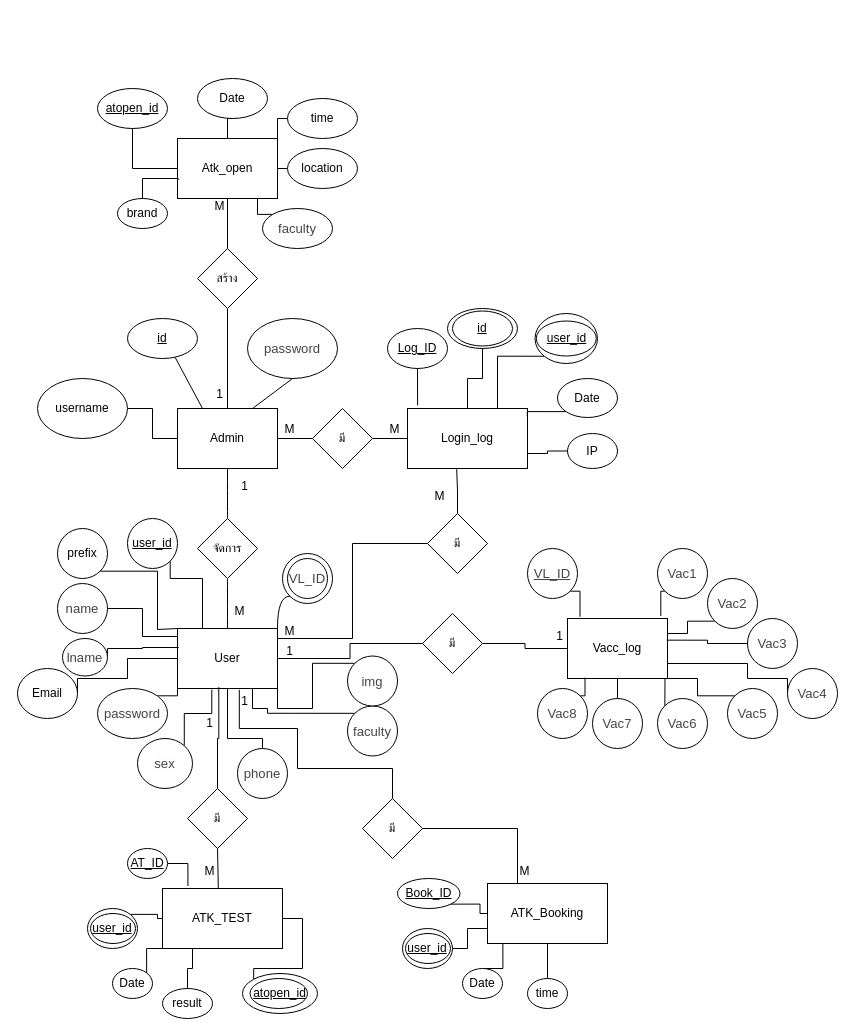
KornTK/FinalWebGIT keeps this draw.io diagram as ER.drawio. Above is the earlier version. Source tidied: cells renumbered, new cells numbered last; positions are measured from the earlier drawing's top-left corner, leaving out a move shared by most shapes. Both pictures are drawn from the tidied source at 100%, with x=0, y=0 at pixel (17, 78).
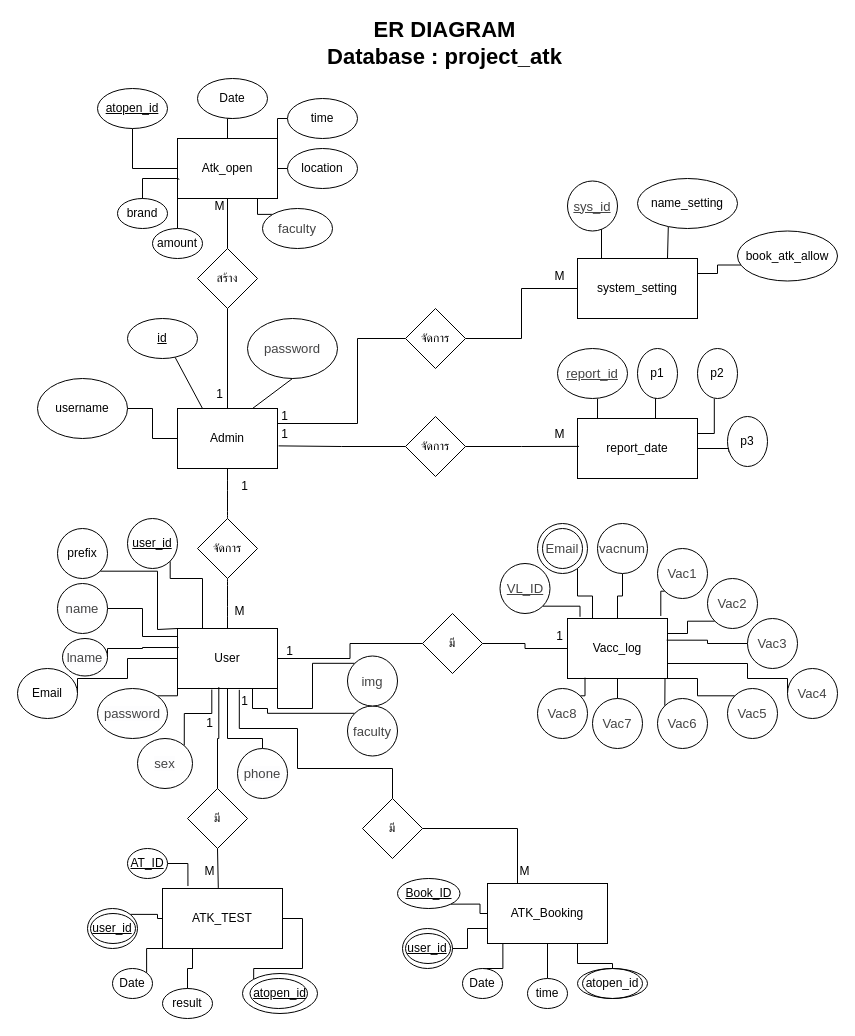
After the change.

The change refers to these unchanged cells:
```xml
<mxCell id="6" value="Admin" style="rounded=0;whiteSpace=wrap;html=1;" parent="1" vertex="1">
  <mxGeometry x="160" y="330" width="100" height="60" as="geometry" />
</mxCell>
<mxCell id="13" value="User" style="rounded=0;whiteSpace=wrap;html=1;" parent="1" vertex="1">
  <mxGeometry x="160" y="550" width="100" height="60" as="geometry" />
</mxCell>
<mxCell id="30" value="Vacc_log" style="rounded=0;whiteSpace=wrap;html=1;" parent="1" vertex="1">
  <mxGeometry x="550" y="540" width="100" height="60" as="geometry" />
</mxCell>
<mxCell id="101" value="ATK_Booking" style="rounded=0;whiteSpace=wrap;html=1;fillColor=default;" parent="1" vertex="1">
  <mxGeometry x="470" y="805" width="120" height="60" as="geometry" />
</mxCell>
<mxCell id="120" value="Atk_open" style="rounded=0;whiteSpace=wrap;html=1;" parent="1" vertex="1">
  <mxGeometry x="160" y="60" width="100" height="60" as="geometry" />
</mxCell>
```

Diff of the diagram source:
```diff
@@
-    <mxCell id="2" style="ellipse;whiteSpace=wrap;html=1;fillColor=none;" parent="1" vertex="1">
-      <mxGeometry x="435" y="232.5" width="60" height="35" as="geometry" />
-    </mxCell>
-    <mxCell id="3" style="ellipse;whiteSpace=wrap;html=1;" parent="1" vertex="1">
-      <mxGeometry x="270" y="480" width="40" height="40" as="geometry" />
-    </mxCell>
-    <mxCell id="4" style="edgeStyle=orthogonalEdgeStyle;rounded=0;jettySize=auto;html=1;endArrow=none;endFill=0;strokeColor=default;" parent="1" edge="1" source="6" target="65">
-      <mxGeometry relative="1" as="geometry" />
-    </mxCell>
@@
+    <mxCell id="136" style="edgeStyle=orthogonalEdgeStyle;rounded=0;jettySize=auto;html=1;exitX=1;exitY=0.25;exitDx=0;exitDy=0;endArrow=none;endFill=0;entryX=0;entryY=0.5;entryDx=0;entryDy=0;" parent="1" edge="1" source="6" target="164">
+      <mxGeometry relative="1" as="geometry">
+        <Array as="points">
+          <mxPoint x="340" y="345" />
+          <mxPoint x="340" y="260" />
+        </Array>
+      </mxGeometry>
+    </mxCell>
@@
-    <mxCell id="12" style="edgeStyle=orthogonalEdgeStyle;rounded=0;jettySize=auto;html=1;exitX=1;exitY=0.25;exitDx=0;exitDy=0;entryX=0;entryY=0.5;entryDx=0;entryDy=0;endArrow=none;endFill=0;strokeColor=default;" parent="1" edge="1" source="13" target="63">
-      <mxGeometry relative="1" as="geometry">
-        <Array as="points">
-          <mxPoint x="260" y="560" />
-          <mxPoint x="335" y="560" />
-          <mxPoint x="335" y="465" />
-        </Array>
-      </mxGeometry>
-    </mxCell>
@@
-    <mxCell id="28" style="edgeStyle=orthogonalEdgeStyle;curved=1;jettySize=auto;html=1;exitX=0;exitY=1;exitDx=0;exitDy=0;entryX=1;entryY=0;entryDx=0;entryDy=0;endArrow=none;endFill=0;strokeColor=default;" parent="1" edge="1" source="29" target="13">
-      <mxGeometry relative="1" as="geometry" />
-    </mxCell>
-    <mxCell id="29" value="&lt;div style=&quot;text-align: left&quot;&gt;&lt;span style=&quot;font-size: 13.12px&quot;&gt;&lt;font color=&quot;#444444&quot; face=&quot;sans-serif&quot;&gt;VL_ID&lt;/font&gt;&lt;/span&gt;&lt;/div&gt;" style="ellipse;whiteSpace=wrap;html=1;fillColor=none;" parent="1" vertex="1">
-      <mxGeometry x="265" y="475" width="50" height="50" as="geometry" />
-    </mxCell>
+    <mxCell id="137" style="edgeStyle=orthogonalEdgeStyle;rounded=0;jettySize=auto;html=1;exitX=0.25;exitY=0;exitDx=0;exitDy=0;entryX=0.8;entryY=0.907;entryDx=0;entryDy=0;entryPerimeter=0;endArrow=none;endFill=0;" parent="1" edge="1" source="30" target="144">
+      <mxGeometry relative="1" as="geometry" />
+    </mxCell>
+    <mxCell id="138" style="edgeStyle=orthogonalEdgeStyle;rounded=0;jettySize=auto;html=1;exitX=0.5;exitY=0;exitDx=0;exitDy=0;entryX=0.5;entryY=1;entryDx=0;entryDy=0;endArrow=none;endFill=0;" parent="1" edge="1" source="30" target="145">
+      <mxGeometry relative="1" as="geometry" />
+    </mxCell>
@@
     <mxCell id="48" value="&lt;div style=&quot;text-align: left&quot;&gt;&lt;span style=&quot;font-size: 13.12px&quot;&gt;&lt;font color=&quot;#444444&quot; face=&quot;sans-serif&quot;&gt;&lt;u&gt;VL_ID&lt;/u&gt;&lt;/font&gt;&lt;/span&gt;&lt;/div&gt;" style="ellipse;whiteSpace=wrap;html=1;" parent="1" vertex="1">
-      <mxGeometry x="510" y="470" width="50" height="50" as="geometry" />
+      <mxGeometry x="482.5" y="485" width="50" height="50" as="geometry" />
     </mxCell>
@@
-    <mxCell id="60" style="edgeStyle=orthogonalEdgeStyle;rounded=0;jettySize=auto;html=1;exitX=1;exitY=0.75;exitDx=0;exitDy=0;entryX=0;entryY=0.5;entryDx=0;entryDy=0;endArrow=none;endFill=0;strokeColor=default;" parent="1" edge="1" source="61" target="94">
-      <mxGeometry relative="1" as="geometry" />
-    </mxCell>
-    <mxCell id="61" value="Login_log" style="rounded=0;whiteSpace=wrap;html=1;fillColor=default;" parent="1" vertex="1">
-      <mxGeometry x="390" y="330" width="120" height="60" as="geometry" />
-    </mxCell>
-    <mxCell id="62" style="edgeStyle=orthogonalEdgeStyle;rounded=0;jettySize=auto;html=1;exitX=0.5;exitY=0;exitDx=0;exitDy=0;entryX=0.41;entryY=1.012;entryDx=0;entryDy=0;entryPerimeter=0;endArrow=none;endFill=0;strokeColor=default;" parent="1" edge="1" source="63" target="61">
-      <mxGeometry relative="1" as="geometry" />
-    </mxCell>
-    <mxCell id="63" value="มี" style="rhombus;whiteSpace=wrap;html=1;" parent="1" vertex="1">
-      <mxGeometry x="410" y="435" width="60" height="60" as="geometry" />
-    </mxCell>
-    <mxCell id="64" style="edgeStyle=orthogonalEdgeStyle;rounded=0;jettySize=auto;html=1;exitX=1;exitY=0.5;exitDx=0;exitDy=0;entryX=0;entryY=0.5;entryDx=0;entryDy=0;endArrow=none;endFill=0;strokeColor=default;" parent="1" edge="1" source="65" target="61">
-      <mxGeometry relative="1" as="geometry" />
-    </mxCell>
-    <mxCell id="65" value="มี" style="rhombus;whiteSpace=wrap;html=1;" parent="1" vertex="1">
-      <mxGeometry x="295" y="330" width="60" height="60" as="geometry" />
-    </mxCell>
@@
-    <mxCell id="68" value="M" style="text;html=1;strokeColor=none;fillColor=none;align=center;verticalAlign=middle;whiteSpace=wrap;rounded=0;" parent="1" vertex="1">
-      <mxGeometry x="240" y="535" width="65" height="35" as="geometry" />
-    </mxCell>
-    <mxCell id="69" value="M" style="text;html=1;strokeColor=none;fillColor=none;align=center;verticalAlign=middle;whiteSpace=wrap;rounded=0;" parent="1" vertex="1">
-      <mxGeometry x="390" y="400" width="65" height="35" as="geometry" />
-    </mxCell>
-    <mxCell id="70" value="M" style="text;html=1;strokeColor=none;fillColor=none;align=center;verticalAlign=middle;whiteSpace=wrap;rounded=0;" parent="1" vertex="1">
-      <mxGeometry x="240" y="333" width="65" height="35" as="geometry" />
-    </mxCell>
-    <mxCell id="71" value="M" style="text;html=1;strokeColor=none;fillColor=none;align=center;verticalAlign=middle;whiteSpace=wrap;rounded=0;" parent="1" vertex="1">
-      <mxGeometry x="345" y="333" width="65" height="35" as="geometry" />
-    </mxCell>
@@
-    <mxCell id="86" style="edgeStyle=orthogonalEdgeStyle;rounded=0;jettySize=auto;html=1;exitX=0;exitY=1;exitDx=0;exitDy=0;entryX=0.75;entryY=0;entryDx=0;entryDy=0;endArrow=none;endFill=0;strokeColor=default;" parent="1" edge="1" source="87" target="61">
-      <mxGeometry relative="1" as="geometry" />
-    </mxCell>
-    <mxCell id="87" value="&lt;u&gt;user_id&lt;/u&gt;" style="ellipse;whiteSpace=wrap;html=1;" parent="1" vertex="1">
-      <mxGeometry x="517.5" y="235" width="62.5" height="50" as="geometry" />
-    </mxCell>
-    <mxCell id="88" style="edgeStyle=orthogonalEdgeStyle;rounded=0;jettySize=auto;html=1;exitX=0.5;exitY=1;exitDx=0;exitDy=0;endArrow=none;endFill=0;strokeColor=default;" parent="1" edge="1" source="89" target="61">
-      <mxGeometry relative="1" as="geometry" />
-    </mxCell>
-    <mxCell id="89" value="&lt;u&gt;id&lt;/u&gt;" style="ellipse;whiteSpace=wrap;html=1;fillColor=none;" parent="1" vertex="1">
-      <mxGeometry x="430" y="230" width="70" height="40" as="geometry" />
-    </mxCell>
-    <mxCell id="90" style="edgeStyle=orthogonalEdgeStyle;rounded=0;jettySize=auto;html=1;exitX=0.5;exitY=1;exitDx=0;exitDy=0;entryX=0.084;entryY=-0.053;entryDx=0;entryDy=0;entryPerimeter=0;endArrow=none;endFill=0;strokeColor=default;" parent="1" edge="1" source="91" target="61">
-      <mxGeometry relative="1" as="geometry" />
-    </mxCell>
-    <mxCell id="91" value="&lt;u&gt;Log_ID&lt;/u&gt;" style="ellipse;whiteSpace=wrap;html=1;fillColor=none;" parent="1" vertex="1">
-      <mxGeometry x="370" y="250" width="60" height="40" as="geometry" />
-    </mxCell>
-    <mxCell id="92" style="edgeStyle=orthogonalEdgeStyle;rounded=0;jettySize=auto;html=1;exitX=0;exitY=1;exitDx=0;exitDy=0;entryX=0.998;entryY=0.125;entryDx=0;entryDy=0;entryPerimeter=0;endArrow=none;endFill=0;strokeColor=default;" parent="1" edge="1" source="93" target="61">
-      <mxGeometry relative="1" as="geometry" />
-    </mxCell>
-    <mxCell id="93" value="Date" style="ellipse;whiteSpace=wrap;html=1;fillColor=none;" parent="1" vertex="1">
-      <mxGeometry x="540" y="300" width="60" height="39" as="geometry" />
-    </mxCell>
-    <mxCell id="94" value="IP" style="ellipse;whiteSpace=wrap;html=1;fillColor=none;" parent="1" vertex="1">
-      <mxGeometry x="550" y="355" width="50" height="35" as="geometry" />
-    </mxCell>
-    <mxCell id="95" style="ellipse;whiteSpace=wrap;html=1;fillColor=none;" parent="1" vertex="1">
-      <mxGeometry x="518.8" y="242.5" width="60" height="35" as="geometry" />
-    </mxCell>
@@
+    <mxCell id="139" style="edgeStyle=orthogonalEdgeStyle;rounded=0;jettySize=auto;html=1;exitX=0.75;exitY=1;exitDx=0;exitDy=0;endArrow=none;endFill=0;" parent="1" edge="1" source="101" target="142">
+      <mxGeometry relative="1" as="geometry" />
+    </mxCell>
@@
+    <mxCell id="140" style="edgeStyle=orthogonalEdgeStyle;rounded=0;jettySize=auto;html=1;exitX=0;exitY=1;exitDx=0;exitDy=0;entryX=0.5;entryY=0;entryDx=0;entryDy=0;endArrow=none;endFill=0;" parent="1" edge="1" source="120" target="141">
+      <mxGeometry relative="1" as="geometry" />
+    </mxCell>
@@
+    <mxCell id="141" value="amount" style="ellipse;whiteSpace=wrap;html=1;fillColor=none;" parent="1" vertex="1">
+      <mxGeometry x="135" y="150" width="50" height="30" as="geometry" />
+    </mxCell>
+    <mxCell id="142" value="atopen_id" style="ellipse;whiteSpace=wrap;html=1;fillColor=default;" parent="1" vertex="1">
+      <mxGeometry x="560" y="890" width="70" height="30" as="geometry" />
+    </mxCell>
+    <mxCell id="143" style="ellipse;whiteSpace=wrap;html=1;fillColor=none;" parent="1" vertex="1">
+      <mxGeometry x="565" y="890" width="60" height="30" as="geometry" />
+    </mxCell>
+    <mxCell id="144" value="&lt;div style=&quot;text-align: left&quot;&gt;&lt;span style=&quot;font-size: 13.12px&quot;&gt;&lt;font color=&quot;#444444&quot; face=&quot;sans-serif&quot;&gt;Email&lt;/font&gt;&lt;/span&gt;&lt;/div&gt;" style="ellipse;whiteSpace=wrap;html=1;" parent="1" vertex="1">
+      <mxGeometry x="520" y="445" width="50" height="50" as="geometry" />
+    </mxCell>
+    <mxCell id="145" value="&lt;div style=&quot;text-align: left&quot;&gt;&lt;font color=&quot;#444444&quot; face=&quot;sans-serif&quot;&gt;&lt;span style=&quot;font-size: 13.12px&quot;&gt;vacnum&lt;/span&gt;&lt;/font&gt;&lt;/div&gt;" style="ellipse;whiteSpace=wrap;html=1;" parent="1" vertex="1">
+      <mxGeometry x="580" y="445" width="50" height="50" as="geometry" />
+    </mxCell>
+    <mxCell id="146" style="ellipse;whiteSpace=wrap;html=1;fillColor=none;" parent="1" vertex="1">
+      <mxGeometry x="525" y="450" width="40" height="40" as="geometry" />
+    </mxCell>
+    <mxCell id="147" style="edgeStyle=orthogonalEdgeStyle;rounded=0;jettySize=auto;html=1;exitX=0.25;exitY=0;exitDx=0;exitDy=0;entryX=0.68;entryY=0.947;entryDx=0;entryDy=0;entryPerimeter=0;endArrow=none;endFill=0;" parent="1" edge="1" source="150" target="151">
+      <mxGeometry relative="1" as="geometry" />
+    </mxCell>
+    <mxCell id="148" style="edgeStyle=orthogonalEdgeStyle;rounded=0;jettySize=auto;html=1;exitX=0.75;exitY=0;exitDx=0;exitDy=0;entryX=0.308;entryY=0.963;entryDx=0;entryDy=0;entryPerimeter=0;endArrow=none;endFill=0;" parent="1" edge="1" source="150" target="152">
+      <mxGeometry relative="1" as="geometry" />
+    </mxCell>
+    <mxCell id="149" style="edgeStyle=orthogonalEdgeStyle;rounded=0;jettySize=auto;html=1;exitX=1;exitY=0.25;exitDx=0;exitDy=0;entryX=0.047;entryY=0.68;entryDx=0;entryDy=0;entryPerimeter=0;endArrow=none;endFill=0;" parent="1" edge="1" source="150" target="153">
+      <mxGeometry relative="1" as="geometry" />
+    </mxCell>
+    <mxCell id="150" value="system_setting" style="rounded=0;whiteSpace=wrap;html=1;fillColor=none;" parent="1" vertex="1">
+      <mxGeometry x="560" y="180" width="120" height="60" as="geometry" />
+    </mxCell>
+    <mxCell id="151" value="&lt;div style=&quot;text-align: left&quot;&gt;&lt;font color=&quot;#444444&quot; face=&quot;sans-serif&quot;&gt;&lt;span style=&quot;font-size: 13.12px&quot;&gt;&lt;u&gt;sys_id&lt;/u&gt;&lt;/span&gt;&lt;/font&gt;&lt;/div&gt;" style="ellipse;whiteSpace=wrap;html=1;" parent="1" vertex="1">
+      <mxGeometry x="550" y="102.5" width="50" height="50" as="geometry" />
+    </mxCell>
+    <mxCell id="152" value="&lt;div style=&quot;text-align: left&quot;&gt;name_setting&lt;/div&gt;" style="ellipse;whiteSpace=wrap;html=1;" parent="1" vertex="1">
+      <mxGeometry x="620" y="100" width="100" height="50" as="geometry" />
+    </mxCell>
+    <mxCell id="153" value="&lt;div style=&quot;text-align: left&quot;&gt;book_atk_allow&lt;/div&gt;" style="ellipse;whiteSpace=wrap;html=1;" parent="1" vertex="1">
+      <mxGeometry x="720" y="152.5" width="100" height="50" as="geometry" />
+    </mxCell>
+    <mxCell id="154" style="edgeStyle=orthogonalEdgeStyle;rounded=0;jettySize=auto;html=1;exitX=0.25;exitY=0;exitDx=0;exitDy=0;entryX=0.572;entryY=1.005;entryDx=0;entryDy=0;entryPerimeter=0;endArrow=none;endFill=0;" parent="1" edge="1" source="158" target="159">
+      <mxGeometry relative="1" as="geometry" />
+    </mxCell>
+    <mxCell id="155" style="edgeStyle=orthogonalEdgeStyle;rounded=0;jettySize=auto;html=1;exitX=0.75;exitY=0;exitDx=0;exitDy=0;entryX=0.451;entryY=0.981;entryDx=0;entryDy=0;entryPerimeter=0;endArrow=none;endFill=0;" parent="1" edge="1" source="158" target="160">
+      <mxGeometry relative="1" as="geometry" />
+    </mxCell>
+    <mxCell id="156" style="edgeStyle=orthogonalEdgeStyle;rounded=0;jettySize=auto;html=1;exitX=1;exitY=0.25;exitDx=0;exitDy=0;entryX=0.42;entryY=1.005;entryDx=0;entryDy=0;entryPerimeter=0;endArrow=none;endFill=0;" parent="1" edge="1" source="158" target="161">
+      <mxGeometry relative="1" as="geometry" />
+    </mxCell>
+    <mxCell id="157" style="edgeStyle=orthogonalEdgeStyle;rounded=0;jettySize=auto;html=1;exitX=1;exitY=0.5;exitDx=0;exitDy=0;entryX=0.037;entryY=0.711;entryDx=0;entryDy=0;entryPerimeter=0;endArrow=none;endFill=0;" parent="1" edge="1" source="158" target="162">
+      <mxGeometry relative="1" as="geometry" />
+    </mxCell>
+    <mxCell id="158" value="report_date" style="rounded=0;whiteSpace=wrap;html=1;fillColor=none;" parent="1" vertex="1">
+      <mxGeometry x="560" y="340" width="120" height="60" as="geometry" />
+    </mxCell>
+    <mxCell id="159" value="&lt;div style=&quot;text-align: left&quot;&gt;&lt;font color=&quot;#444444&quot; face=&quot;sans-serif&quot;&gt;&lt;span style=&quot;font-size: 13.12px&quot;&gt;&lt;u&gt;report_id&lt;/u&gt;&lt;/span&gt;&lt;/font&gt;&lt;/div&gt;" style="ellipse;whiteSpace=wrap;html=1;" parent="1" vertex="1">
+      <mxGeometry x="540" y="270" width="70" height="50" as="geometry" />
+    </mxCell>
+    <mxCell id="160" value="&lt;div style=&quot;text-align: left&quot;&gt;p1&lt;/div&gt;" style="ellipse;whiteSpace=wrap;html=1;" parent="1" vertex="1">
+      <mxGeometry x="620" y="270" width="40" height="50" as="geometry" />
+    </mxCell>
+    <mxCell id="161" value="&lt;div style=&quot;text-align: left&quot;&gt;p2&lt;/div&gt;" style="ellipse;whiteSpace=wrap;html=1;" parent="1" vertex="1">
+      <mxGeometry x="680" y="270" width="40" height="50" as="geometry" />
+    </mxCell>
+    <mxCell id="162" value="&lt;div style=&quot;text-align: left&quot;&gt;p3&lt;/div&gt;" style="ellipse;whiteSpace=wrap;html=1;" parent="1" vertex="1">
+      <mxGeometry x="710" y="338" width="40" height="50" as="geometry" />
+    </mxCell>
+    <mxCell id="163" style="edgeStyle=orthogonalEdgeStyle;rounded=0;jettySize=auto;html=1;exitX=1;exitY=0.5;exitDx=0;exitDy=0;entryX=0;entryY=0.5;entryDx=0;entryDy=0;endArrow=none;endFill=0;" parent="1" edge="1" source="164" target="150">
+      <mxGeometry relative="1" as="geometry" />
+    </mxCell>
+    <mxCell id="164" value="จัดการ" style="rhombus;whiteSpace=wrap;html=1;" parent="1" vertex="1">
+      <mxGeometry x="388" y="230" width="60" height="60" as="geometry" />
+    </mxCell>
+    <mxCell id="165" style="edgeStyle=orthogonalEdgeStyle;rounded=0;jettySize=auto;html=1;entryX=1.011;entryY=0.623;entryDx=0;entryDy=0;entryPerimeter=0;endArrow=none;endFill=0;" parent="1" edge="1" source="167" target="6">
+      <mxGeometry relative="1" as="geometry" />
+    </mxCell>
+    <mxCell id="166" style="edgeStyle=orthogonalEdgeStyle;rounded=0;jettySize=auto;html=1;exitX=1;exitY=0.5;exitDx=0;exitDy=0;entryX=0.012;entryY=0.465;entryDx=0;entryDy=0;entryPerimeter=0;endArrow=none;endFill=0;" parent="1" edge="1" source="167" target="158">
+      <mxGeometry relative="1" as="geometry" />
+    </mxCell>
+    <mxCell id="167" value="จัดการ" style="rhombus;whiteSpace=wrap;html=1;" parent="1" vertex="1">
+      <mxGeometry x="388" y="338" width="60" height="60" as="geometry" />
+    </mxCell>
+    <mxCell id="168" value="1" style="text;html=1;strokeColor=none;fillColor=none;align=center;verticalAlign=middle;whiteSpace=wrap;rounded=0;" parent="1" vertex="1">
+      <mxGeometry x="235" y="338" width="65" height="35" as="geometry" />
+    </mxCell>
+    <mxCell id="169" value="1" style="text;html=1;strokeColor=none;fillColor=none;align=center;verticalAlign=middle;whiteSpace=wrap;rounded=0;" parent="1" vertex="1">
+      <mxGeometry x="235" y="320" width="65" height="35" as="geometry" />
+    </mxCell>
+    <mxCell id="170" value="M" style="text;html=1;strokeColor=none;fillColor=none;align=center;verticalAlign=middle;whiteSpace=wrap;rounded=0;" parent="1" vertex="1">
+      <mxGeometry x="510" y="180" width="65" height="35" as="geometry" />
+    </mxCell>
+    <mxCell id="171" value="M" style="text;html=1;strokeColor=none;fillColor=none;align=center;verticalAlign=middle;whiteSpace=wrap;rounded=0;" parent="1" vertex="1">
+      <mxGeometry x="510" y="338" width="65" height="35" as="geometry" />
+    </mxCell>
+    <mxCell id="172" value="&lt;b style=&quot;font-size: 22px&quot;&gt;ER DIAGRAM&lt;br&gt;Database : project_atk&lt;br&gt;&lt;/b&gt;" style="text;html=1;strokeColor=none;fillColor=none;align=center;verticalAlign=middle;whiteSpace=wrap;rounded=0;" parent="1" vertex="1">
+      <mxGeometry x="265" y="-50" width="325" height="30" as="geometry" />
+    </mxCell>
```
